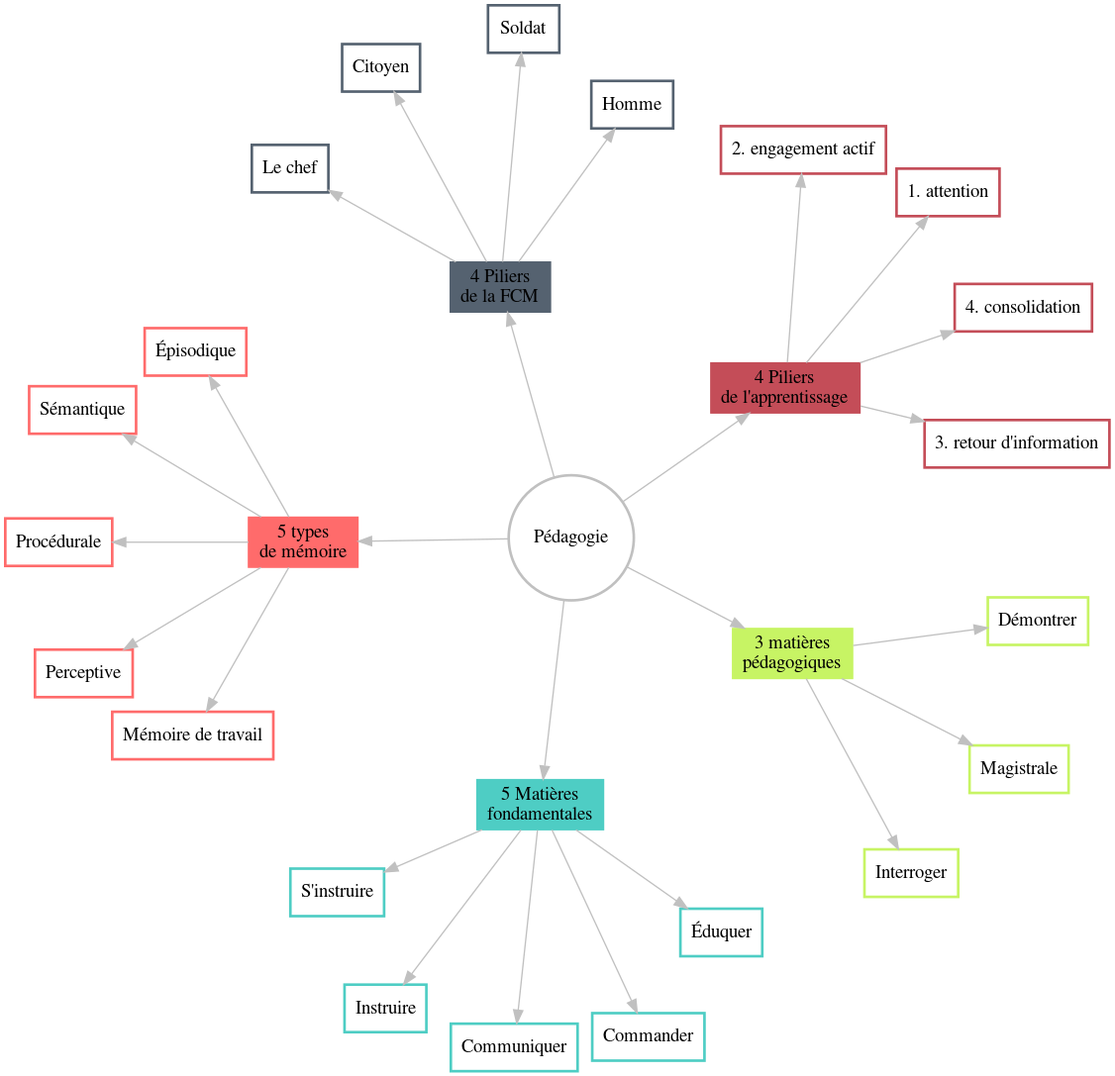
The Graphviz diagram FCM/08_démarches_pédagogiques.png in FG-2/FG-2.github.io, before a commit. Its source is kept beside it as FCM/08_démarches_pédagogiques.dot. Its diagram source:
```dot
digraph {

    graph [layout = neato, overlap=false]
    node [shape = rectangle, style = bold]
    edge [color = grey]

    Pédagogie [shape = circle, color = grey]

    node [color = "#556270"]
    "4 Piliers\nde la FCM" [style = filled]
    "4 Piliers\nde la FCM" -> Homme
    "4 Piliers\nde la FCM" -> Citoyen
    "4 Piliers\nde la FCM" -> Soldat
    "4 Piliers\nde la FCM" -> "Le chef"

    node [color = "#4ECDC4"]
    "5 Matières\nfondamentales" [style = filled]
    "5 Matières\nfondamentales" -> Éduquer
    "5 Matières\nfondamentales" -> Instruire
    "5 Matières\nfondamentales" -> Commander
    "5 Matières\nfondamentales" -> Communiquer
    "5 Matières\nfondamentales" -> "S'instruire"

    node [color = "#C7F464"]
    "3 matières\npédagogiques" [style = filled]
    "3 matières\npédagogiques" -> Magistrale
    "3 matières\npédagogiques" -> Démontrer
    "3 matières\npédagogiques" -> Interroger

    node [color = "#FF6B6B"]
    "5 types\nde mémoire" [style = filled]
    "5 types\nde mémoire" -> Épisodique
    "5 types\nde mémoire" -> Perceptive
    "5 types\nde mémoire" -> Sémantique
    "5 types\nde mémoire" -> Procédurale
    "5 types\nde mémoire" -> "Mémoire de travail"

    node [color = "#C44D58"]
    "4 Piliers\nde l'apprentissage" [style = filled]
    "4 Piliers\nde l'apprentissage" -> "1. attention"
    "4 Piliers\nde l'apprentissage" -> "2. engagement actif"
    "4 Piliers\nde l'apprentissage" -> "3. retour d'information"
    "4 Piliers\nde l'apprentissage" -> "4. consolidation"

    Pédagogie -> "4 Piliers\nde la FCM", "5 Matières\nfondamentales", "3 matières\npédagogiques", "5 types\nde mémoire", "4 Piliers\nde l'apprentissage"
}
```
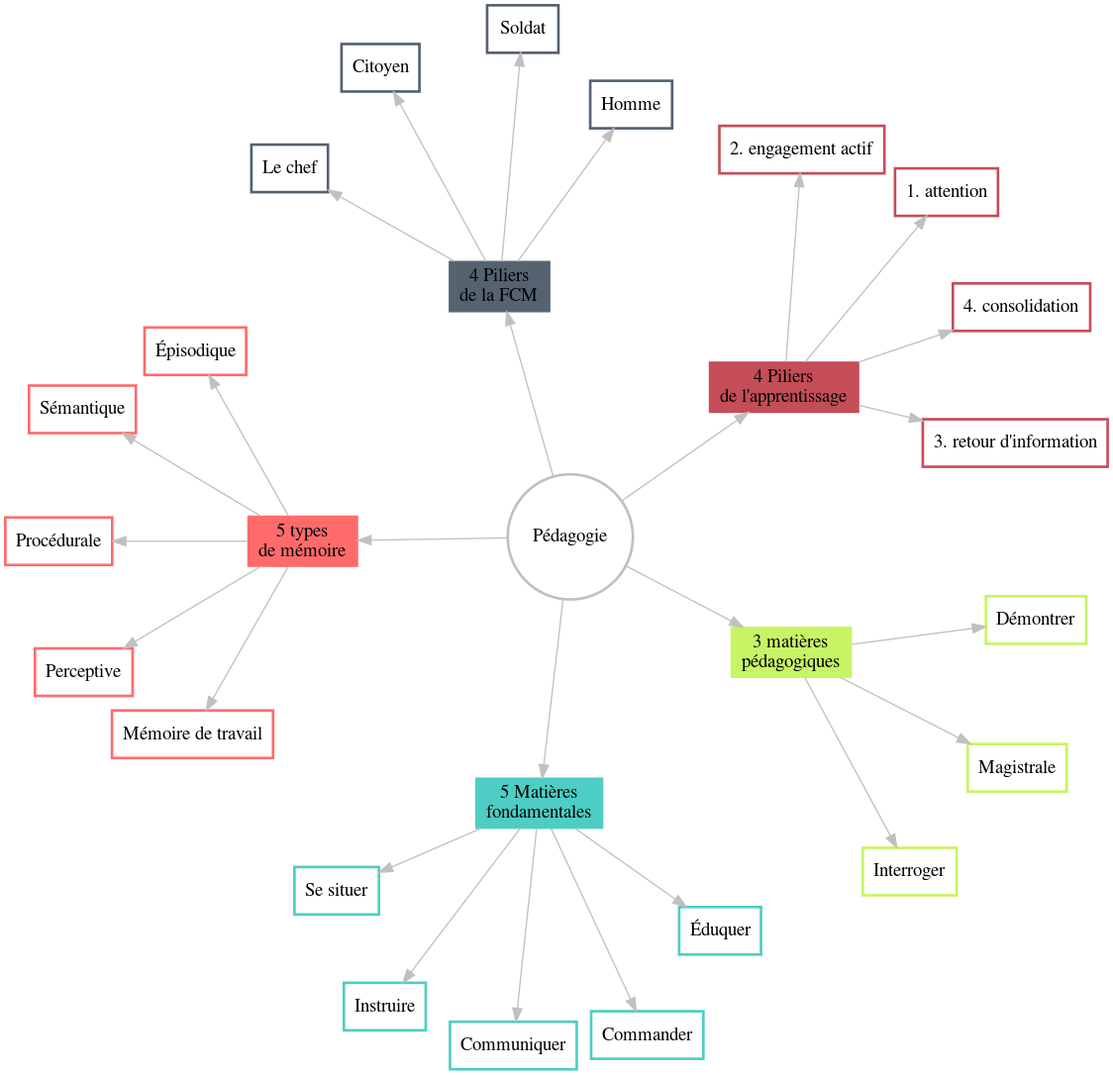
After the change.

Diff of the diagram source:
```diff
@@ -19,7 +19,7 @@
     "5 Matières\nfondamentales" -> Instruire
     "5 Matières\nfondamentales" -> Commander
     "5 Matières\nfondamentales" -> Communiquer
-    "5 Matières\nfondamentales" -> "S'instruire"
+    "5 Matières\nfondamentales" -> "Se situer"
 
     node [color = "#C7F464"]
     "3 matières\npédagogiques" [style = filled]
```
